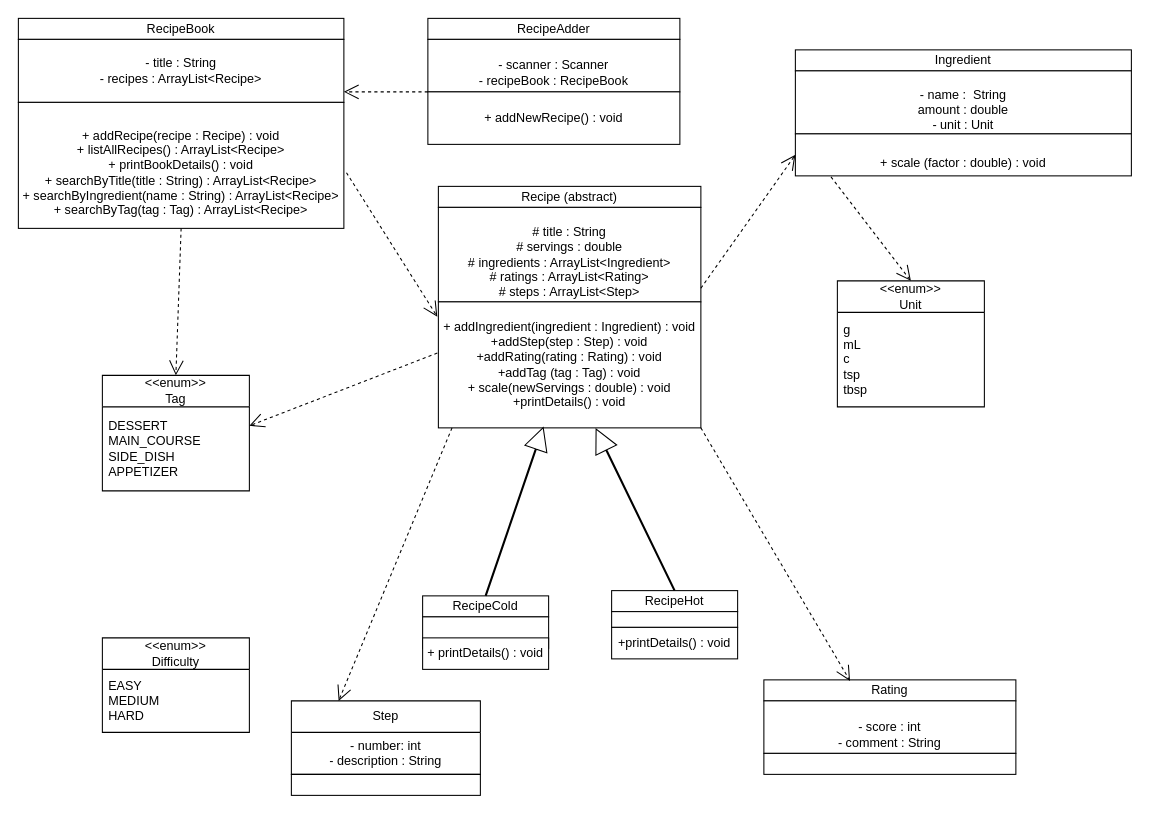
The draw.io diagram UML_LIA Part1.drawio in HTbuilderKid/Recipe_Book_Project, before the edit. Source tidied: cells renumbered, new cells numbered last; positions are measured from the earlier drawing's top-left corner, leaving out a move shared by most shapes. Both pictures are drawn from the tidied source at 105%, with x=0, y=0 at pixel (18, 18).
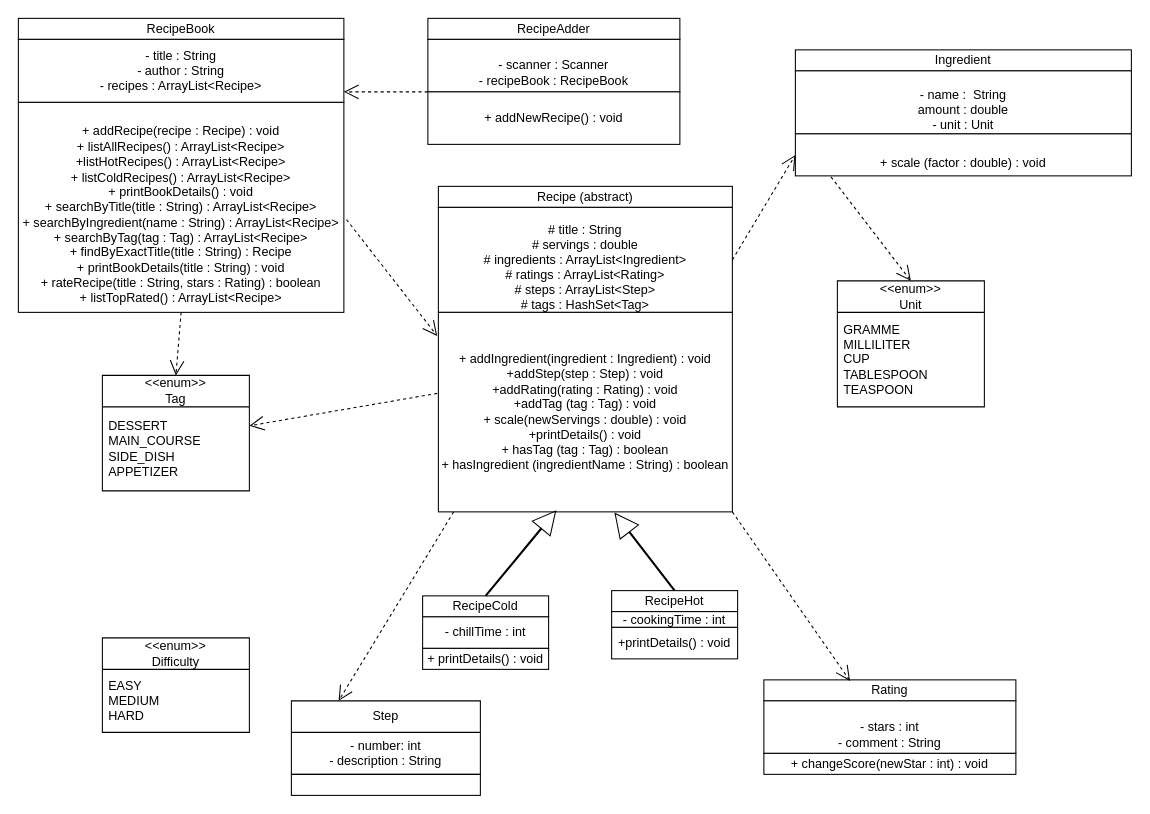
The same page after the edit.

Unchanged cells that the change refers to:
```xml
<mxCell id="10" value="&lt;div&gt;&lt;br&gt;&lt;/div&gt;&lt;div&gt;+ scale (factor : double) : void&lt;/div&gt;" style="rounded=0;whiteSpace=wrap;html=1;" parent="1" vertex="1">
  <mxGeometry x="740" y="110" width="320" height="40" as="geometry" />
</mxCell>
<mxCell id="23" value="&amp;lt;&amp;lt;enum&amp;gt;&amp;gt;&lt;div&gt;Unit&lt;/div&gt;" style="swimlane;fontStyle=0;horizontal=1;startSize=30;whiteSpace=wrap;html=1;" parent="1" vertex="1">
  <mxGeometry x="780" y="250" width="140" height="120" as="geometry" />
</mxCell>
```

Change to the diagram source:
```diff
@@
-    <mxCell id="3" value="&lt;div&gt;- title : String&lt;/div&gt;&lt;div&gt;- recipes : ArrayList&amp;lt;Recipe&amp;gt;&lt;/div&gt;" style="rounded=0;whiteSpace=wrap;html=1;" parent="1" vertex="1">
+    <mxCell id="3" value="&lt;div&gt;- title : String&lt;/div&gt;&lt;div&gt;- author : String&lt;/div&gt;&lt;div&gt;- recipes : ArrayList&amp;lt;Recipe&amp;gt;&lt;/div&gt;" style="rounded=0;whiteSpace=wrap;html=1;" parent="1" vertex="1">
       <mxGeometry y="20" width="310" height="60" as="geometry" />
     </mxCell>
-    <mxCell id="4" value="&lt;div&gt;&lt;br&gt;&lt;/div&gt;&lt;div&gt;+ addRecipe(recipe : Recipe) : void&lt;/div&gt;&lt;div&gt;+ listAllRecipes() : ArrayList&amp;lt;Recipe&amp;gt;&lt;/div&gt;&lt;div&gt;+ printBookDetails() : void&lt;/div&gt;&lt;div&gt;+ searchByTitle(title : String) : ArrayList&amp;lt;Recipe&amp;gt;&lt;/div&gt;&lt;div&gt;+ searchByIngredient(name : String) : ArrayList&amp;lt;Recipe&amp;gt;&lt;/div&gt;&lt;div&gt;+ searchByTag(tag : Tag) : ArrayList&amp;lt;Recipe&amp;gt;&lt;/div&gt;" style="rounded=0;whiteSpace=wrap;html=1;" parent="1" vertex="1">
-      <mxGeometry y="80" width="310" height="120" as="geometry" />
+    <mxCell id="4" value="&lt;div&gt;&lt;br&gt;&lt;/div&gt;&lt;div&gt;+ addRecipe(recipe : Recipe) : void&lt;/div&gt;&lt;div&gt;+ listAllRecipes() : ArrayList&amp;lt;Recipe&amp;gt;&lt;/div&gt;&lt;div&gt;+listHotRecipes() : ArrayList&amp;lt;Recipe&amp;gt;&lt;/div&gt;&lt;div&gt;+ listColdRecipes() : ArrayList&amp;lt;Recipe&amp;gt;&lt;/div&gt;&lt;div&gt;+ printBookDetails() : void&lt;/div&gt;&lt;div&gt;+ searchByTitle(title : String) : ArrayList&amp;lt;Recipe&amp;gt;&lt;/div&gt;&lt;div&gt;+ searchByIngredient(name : String) : ArrayList&amp;lt;Recipe&amp;gt;&lt;/div&gt;&lt;div&gt;+ searchByTag(tag : Tag) : ArrayList&amp;lt;Recipe&amp;gt;&lt;/div&gt;&lt;div&gt;+ findByExactTitle(title : String) : Recipe&lt;/div&gt;&lt;div&gt;+ printBookDetails(title : String) : void&lt;/div&gt;&lt;div&gt;+ rateRecipe(title : String, stars : Rating) : boolean&lt;/div&gt;&lt;div&gt;+ listTopRated() : ArrayList&amp;lt;Recipe&amp;gt;&lt;/div&gt;" style="rounded=0;whiteSpace=wrap;html=1;" parent="1" vertex="1">
+      <mxGeometry y="80" width="310" height="200" as="geometry" />
     </mxCell>
     <mxCell id="5" value="Recipe (abstract)" style="rounded=0;whiteSpace=wrap;html=1;" parent="1" vertex="1">
-      <mxGeometry x="400" y="160" width="250" height="20" as="geometry" />
+      <mxGeometry x="400" y="160" width="280" height="20" as="geometry" />
     </mxCell>
-    <mxCell id="6" value="&lt;br&gt;&lt;div&gt;# title : String&lt;/div&gt;&lt;div&gt;# servings : double&lt;/div&gt;&lt;div&gt;# ingredients : ArrayList&amp;lt;Ingredient&amp;gt;&lt;/div&gt;&lt;div&gt;# ratings : ArrayList&amp;lt;Rating&amp;gt;&lt;/div&gt;&lt;div&gt;# steps : ArrayList&amp;lt;Step&amp;gt;&lt;/div&gt;" style="rounded=0;whiteSpace=wrap;html=1;" parent="1" vertex="1">
-      <mxGeometry x="400" y="180" width="250" height="90" as="geometry" />
+    <mxCell id="6" value="&lt;br&gt;&lt;div&gt;# title : String&lt;/div&gt;&lt;div&gt;# servings : double&lt;/div&gt;&lt;div&gt;# ingredients : ArrayList&amp;lt;Ingredient&amp;gt;&lt;/div&gt;&lt;div&gt;# ratings : ArrayList&amp;lt;Rating&amp;gt;&lt;/div&gt;&lt;div&gt;# steps : ArrayList&amp;lt;Step&amp;gt;&lt;/div&gt;&lt;div&gt;# tags : HashSet&amp;lt;Tag&amp;gt;&lt;/div&gt;" style="rounded=0;whiteSpace=wrap;html=1;" parent="1" vertex="1">
+      <mxGeometry x="400" y="180" width="280" height="100" as="geometry" />
     </mxCell>
-    <mxCell id="7" value="&lt;div&gt;&lt;br&gt;&lt;/div&gt;&lt;div&gt;+ addIngredient(ingredient : Ingredient) : void&lt;/div&gt;&lt;div&gt;+addStep(step : Step) : void&lt;/div&gt;&lt;div&gt;+addRating(rating : Rating) : void&lt;/div&gt;&lt;div&gt;+addTag (tag : Tag) : void&lt;/div&gt;&lt;div&gt;+ scale(newServings : double) : void&lt;/div&gt;&lt;div&gt;+printDetails() : void&lt;/div&gt;&lt;div&gt;&lt;br&gt;&lt;/div&gt;" style="rounded=0;whiteSpace=wrap;html=1;" parent="1" vertex="1">
-      <mxGeometry x="400" y="270" width="250" height="120" as="geometry" />
+    <mxCell id="7" value="&lt;div&gt;&lt;br&gt;&lt;/div&gt;&lt;div&gt;+ addIngredient(ingredient : Ingredient) : void&lt;/div&gt;&lt;div&gt;+addStep(step : Step) : void&lt;/div&gt;&lt;div&gt;+addRating(rating : Rating) : void&lt;/div&gt;&lt;div&gt;+addTag (tag : Tag) : void&lt;/div&gt;&lt;div&gt;+ scale(newServings : double) : void&lt;/div&gt;&lt;div&gt;+printDetails() : void&lt;/div&gt;&lt;div&gt;+ hasTag (tag : Tag) : boolean&lt;/div&gt;&lt;div&gt;+ hasIngredient (ingredientName : String) : boolean&lt;/div&gt;&lt;div&gt;&lt;br&gt;&lt;/div&gt;" style="rounded=0;whiteSpace=wrap;html=1;" parent="1" vertex="1">
+      <mxGeometry x="400" y="280" width="280" height="190" as="geometry" />
     </mxCell>
@@
-    <mxCell id="12" value="&lt;br&gt;&lt;div&gt;- score : int&lt;/div&gt;&lt;div&gt;- comment : String&lt;/div&gt;" style="rounded=0;whiteSpace=wrap;html=1;" parent="1" vertex="1">
+    <mxCell id="12" value="&lt;br&gt;&lt;div&gt;- stars : int&lt;/div&gt;&lt;div&gt;- comment : String&lt;/div&gt;" style="rounded=0;whiteSpace=wrap;html=1;" parent="1" vertex="1">
       <mxGeometry x="710" y="650" width="240" height="50" as="geometry" />
     </mxCell>
-    <mxCell id="13" style="rounded=0;whiteSpace=wrap;html=1;" parent="1" vertex="1">
+    <mxCell id="13" value="+ changeScore(newStar : int) : void" style="rounded=0;whiteSpace=wrap;html=1;" parent="1" vertex="1">
       <mxGeometry x="710" y="700" width="240" height="20" as="geometry" />
     </mxCell>
@@
-    <mxCell id="18" style="rounded=0;whiteSpace=wrap;html=1;" parent="1" vertex="1">
+    <mxCell id="18" value="- chillTime : int" style="rounded=0;whiteSpace=wrap;html=1;" parent="1" vertex="1">
       <mxGeometry x="385" y="570" width="120" height="30" as="geometry" />
     </mxCell>
     <mxCell id="19" value="+ printDetails() : void" style="rounded=0;whiteSpace=wrap;html=1;" parent="1" vertex="1">
-      <mxGeometry x="385" y="590" width="120" height="30" as="geometry" />
+      <mxGeometry x="385" y="600" width="120" height="20" as="geometry" />
     </mxCell>
@@
-    <mxCell id="21" style="rounded=0;whiteSpace=wrap;html=1;" parent="1" vertex="1">
+    <mxCell id="21" value="- cookingTime : int" style="rounded=0;whiteSpace=wrap;html=1;" parent="1" vertex="1">
       <mxGeometry x="565" y="565" width="120" height="15" as="geometry" />
     </mxCell>
@@
-    <mxCell id="24" value="g&lt;br&gt;&lt;div&gt;mL&lt;/div&gt;&lt;div&gt;c&lt;/div&gt;&lt;div&gt;tsp&lt;/div&gt;&lt;div&gt;tbsp&lt;/div&gt;" style="text;strokeColor=none;fillColor=none;align=left;verticalAlign=middle;spacingLeft=4;spacingRight=4;overflow=hidden;whiteSpace=wrap;html=1;" parent="23" vertex="1">
+    <mxCell id="24" value="GRAMME&lt;div&gt;MILLILITER&lt;/div&gt;&lt;div&gt;CUP&lt;/div&gt;&lt;div&gt;TABLESPOON&lt;/div&gt;&lt;div&gt;TEASPOON&lt;/div&gt;" style="text;strokeColor=none;fillColor=none;align=left;verticalAlign=middle;spacingLeft=4;spacingRight=4;overflow=hidden;whiteSpace=wrap;html=1;" parent="23" vertex="1">
       <mxGeometry y="30" width="140" height="90" as="geometry" />
     </mxCell>
@@
-    <mxCell id="41" style="endArrow=open;endSize=12;dashed=1;html=1;rounded=0;exitX=1.021;exitY=0.125;exitDx=0;exitDy=0;exitPerimeter=0;entryX=0;entryY=0.5;entryDx=0;entryDy=0;" parent="1" edge="1" target="10">
-      <mxGeometry relative="1" as="geometry">
-        <mxPoint x="650" y="257" as="sourcePoint" />
-      </mxGeometry>
+    <mxCell id="41" style="endArrow=open;endSize=12;dashed=1;html=1;rounded=0;exitX=1;exitY=0.5;exitDx=0;exitDy=0;entryX=0;entryY=0.5;entryDx=0;entryDy=0;" parent="1" edge="1" source="6" target="10">
+      <mxGeometry relative="1" as="geometry" />
     </mxCell>
```
